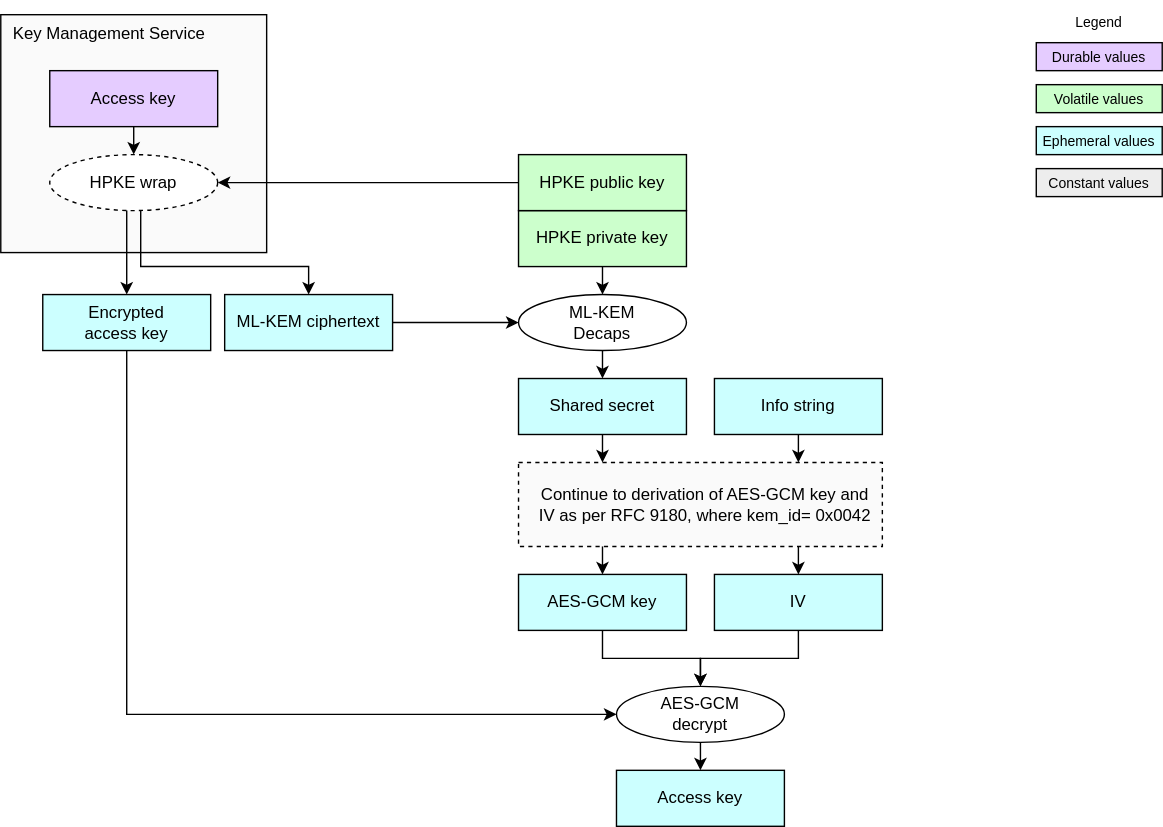
Earlier version of the draw.io export doc/ocp_lock/diagrams/hpke_kem_mlkem.drawio.svg (chipsalliance/Caliptra). Source tidied: cells renumbered, new cells last; positions are measured from the earlier drawing's top-left corner, leaving out a move shared by most shapes.
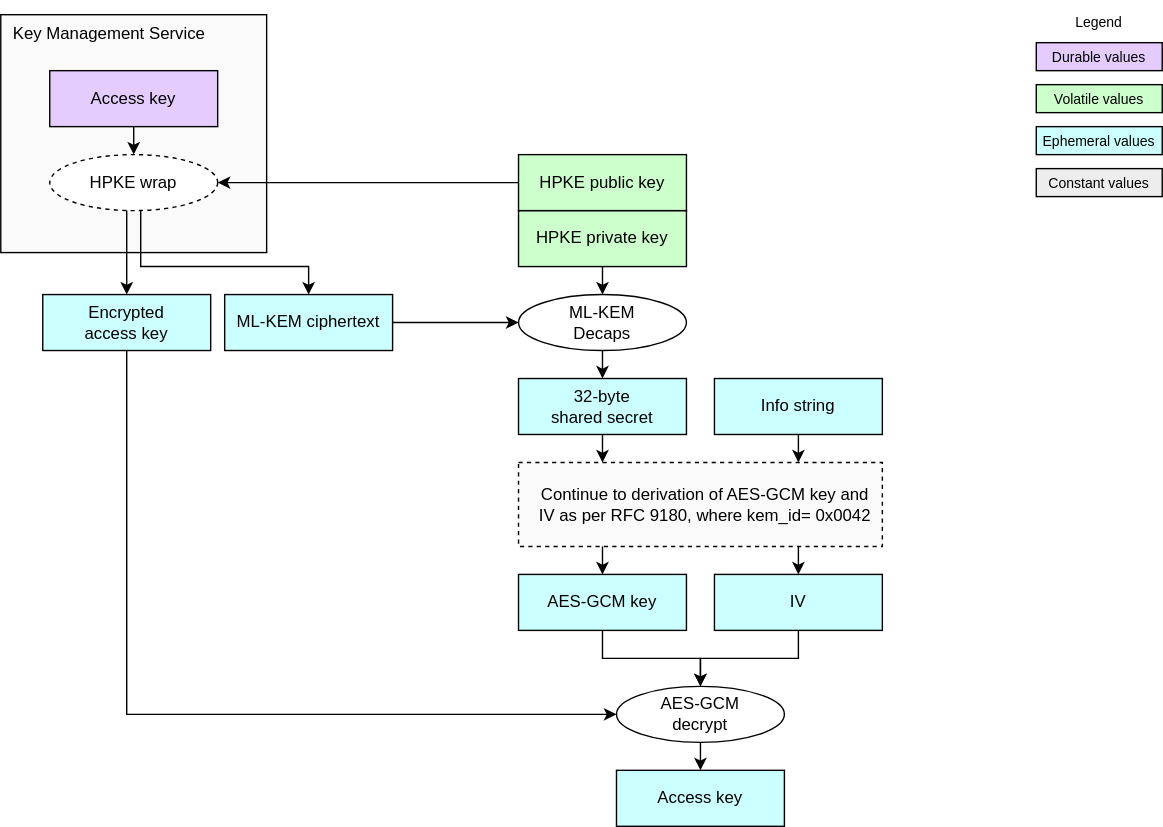
Above is the later version.

Change to the diagram source:
```diff
@@ -78,7 +78,7 @@
     <mxCell id="21" style="endArrow=classic;html=1;exitX=0.5;exitY=1;exitDx=0;exitDy=0;entryX=0.5;entryY=0;entryDx=0;entryDy=0;" parent="1" edge="1" source="8" target="4">
       <mxGeometry relative="1" as="geometry" />
     </mxCell>
-    <mxCell id="22" value="&lt;div&gt;&lt;span style=&quot;background-color: transparent;&quot;&gt;&lt;font color=&quot;#000000&quot;&gt;Shared secret&lt;/font&gt;&lt;/span&gt;&lt;/div&gt;" style="rounded=0;whiteSpace=wrap;html=1;align=center;verticalAlign=middle;shadow=0;glass=0;spacingLeft=0;spacingBottom=0;spacingTop=0;fillColor=#CCFFFF;" parent="1" vertex="1">
+    <mxCell id="22" value="&lt;div&gt;&lt;span style=&quot;background-color: transparent;&quot;&gt;&lt;font color=&quot;#000000&quot;&gt;32-byte&lt;/font&gt;&lt;/span&gt;&lt;/div&gt;&lt;div&gt;&lt;span style=&quot;background-color: transparent;&quot;&gt;&lt;font color=&quot;#000000&quot;&gt;shared secret&lt;/font&gt;&lt;/span&gt;&lt;/div&gt;" style="rounded=0;whiteSpace=wrap;html=1;align=center;verticalAlign=middle;shadow=0;glass=0;spacingLeft=0;spacingBottom=0;spacingTop=0;fillColor=#CCFFFF;" parent="1" vertex="1">
       <mxGeometry x="370" y="270" width="120" height="40" as="geometry" />
     </mxCell>
     <mxCell id="23" style="endArrow=classic;html=1;rounded=0;endSize=6;startSize=6;entryX=0.5;entryY=0;entryDx=0;entryDy=0;exitX=0.5;exitY=1;exitDx=0;exitDy=0;jumpStyle=gap;" parent="1" edge="1" source="15" target="22">
```
